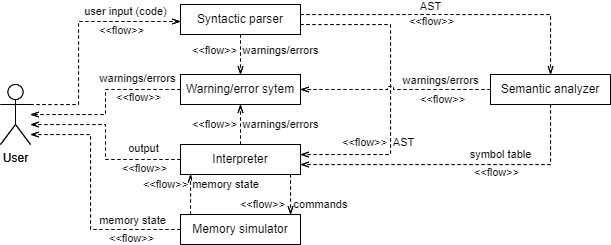
The draw.io diagram doc/architecture.drawio.png in hruboson/memviz, before a commit. Source tidied: cells renumbered, new cells last; positions are measured from the earlier drawing's top-left corner, leaving out a move shared by most shapes.
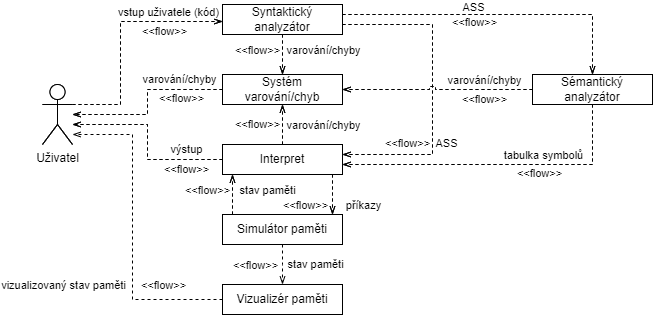
After the change.

Diff of the diagram source:
```diff
@@ -10,7 +10,7 @@
         </Array>
       </mxGeometry>
     </mxCell>
-    <mxCell id="3" value="user input (code)" style="edgeLabel;html=1;align=center;verticalAlign=middle;" parent="2" vertex="1">
+    <mxCell id="3" value="vstup uživatele (kód)" style="edgeLabel;html=1;align=center;verticalAlign=middle;" parent="2" vertex="1">
       <mxGeometry x="0.45" y="2" relative="1" as="geometry">
         <mxPoint x="9" y="-8" as="offset" />
       </mxGeometry>
@@ -20,13 +20,13 @@
         <mxPoint y="12" as="offset" />
       </mxGeometry>
     </mxCell>
-    <mxCell id="5" value="User" style="shape=umlActor;verticalLabelPosition=bottom;verticalAlign=top;html=1;outlineConnect=0;" parent="1" vertex="1">
+    <mxCell id="5" value="Uživatel" style="shape=umlActor;verticalLabelPosition=bottom;verticalAlign=top;html=1;outlineConnect=0;" parent="1" vertex="1">
       <mxGeometry y="80" width="30" height="60" as="geometry" />
     </mxCell>
     <mxCell id="6" style="edgeStyle=orthogonalEdgeStyle;rounded=0;jettySize=auto;html=1;dashed=1;endArrow=openThin;endFill=0;" parent="1" edge="1" source="15" target="24">
       <mxGeometry relative="1" as="geometry" />
     </mxCell>
-    <mxCell id="7" value="warnings/errors" style="edgeLabel;html=1;align=center;verticalAlign=middle;" parent="6" vertex="1">
+    <mxCell id="7" value="varování/chyby" style="edgeLabel;html=1;align=center;verticalAlign=middle;" parent="6" vertex="1">
       <mxGeometry x="-0.25" y="3" relative="1" as="geometry">
         <mxPoint x="37" as="offset" />
       </mxGeometry>
@@ -66,7 +66,7 @@
         <mxPoint x="-26" y="87" as="offset" />
       </mxGeometry>
     </mxCell>
-    <mxCell id="14" value="AST" style="edgeLabel;html=1;align=center;verticalAlign=middle;" parent="12" vertex="1">
+    <mxCell id="14" value="ASS" style="edgeLabel;html=1;align=center;verticalAlign=middle;" parent="12" vertex="1">
       <mxGeometry x="-0.05" relative="1" as="geometry">
         <mxPoint x="13" y="60" as="offset" />
       </mxGeometry>
@@ -84,7 +84,7 @@
         </Array>
       </mxGeometry>
     </mxCell>
-    <mxCell id="18" value="symbol table" style="edgeLabel;html=1;align=center;verticalAlign=middle;" parent="17" vertex="1">
+    <mxCell id="18" value="tabulka symbolů" style="edgeLabel;html=1;align=center;verticalAlign=middle;" parent="17" vertex="1">
       <mxGeometry x="-0.42" y="-4" relative="1" as="geometry">
         <mxPoint x="-20" y="-6" as="offset" />
       </mxGeometry>
@@ -100,7 +100,7 @@
     <mxCell id="21" style="edgeStyle=orthogonalEdgeStyle;rounded=0;jettySize=auto;html=1;dashed=1;endArrow=openThin;endFill=0;" parent="1" edge="1" source="24" target="5">
       <mxGeometry relative="1" as="geometry" />
     </mxCell>
-    <mxCell id="22" value="warnings/errors" style="edgeLabel;html=1;align=center;verticalAlign=middle;" parent="21" vertex="1">
+    <mxCell id="22" value="varování/chyby" style="edgeLabel;html=1;align=center;verticalAlign=middle;" parent="21" vertex="1">
       <mxGeometry x="-0.51" y="-2" relative="1" as="geometry">
         <mxPoint x="-1" y="-9" as="offset" />
       </mxGeometry>
@@ -121,7 +121,7 @@
         </Array>
       </mxGeometry>
     </mxCell>
-    <mxCell id="26" value="output" style="edgeLabel;html=1;align=center;verticalAlign=middle;" parent="25" vertex="1">
+    <mxCell id="26" value="výstup" style="edgeLabel;html=1;align=center;verticalAlign=middle;" parent="25" vertex="1">
       <mxGeometry x="-0.46" y="1" relative="1" as="geometry">
         <mxPoint x="13" y="-12" as="offset" />
       </mxGeometry>
@@ -147,7 +147,7 @@
         <mxPoint x="-29" y="14" as="offset" />
       </mxGeometry>
     </mxCell>
-    <mxCell id="31" value="commands" style="edgeLabel;html=1;align=center;verticalAlign=middle;" parent="29" vertex="1">
+    <mxCell id="31" value="příkazy" style="edgeLabel;html=1;align=center;verticalAlign=middle;" parent="29" vertex="1">
       <mxGeometry x="0.6" relative="1" as="geometry">
         <mxPoint x="30" y="-2" as="offset" />
       </mxGeometry>
@@ -155,24 +155,6 @@
     <mxCell id="32" value="Interpreter" style="rounded=0;whiteSpace=wrap;html=1;" parent="1" vertex="1">
       <mxGeometry x="180" y="140" width="120" height="30" as="geometry" />
     </mxCell>
-    <mxCell id="33" style="edgeStyle=orthogonalEdgeStyle;rounded=0;jettySize=auto;html=1;dashed=1;endArrow=openThin;endFill=0;" parent="1" edge="1" source="39" target="5">
-      <mxGeometry relative="1" as="geometry">
-        <Array as="points">
-          <mxPoint x="90" y="225" />
-          <mxPoint x="90" y="130" />
-        </Array>
-      </mxGeometry>
-    </mxCell>
-    <mxCell id="34" value="&amp;lt;&amp;lt;flow&amp;gt;&amp;gt;" style="edgeLabel;html=1;align=center;verticalAlign=middle;" parent="33" vertex="1">
-      <mxGeometry x="-0.63" y="-2" relative="1" as="geometry">
-        <mxPoint x="-4" y="11" as="offset" />
-      </mxGeometry>
-    </mxCell>
-    <mxCell id="35" value="memory state" style="edgeLabel;html=1;align=center;verticalAlign=middle;" parent="33" vertex="1">
-      <mxGeometry x="-0.62" y="-4" relative="1" as="geometry">
-        <mxPoint x="-2" y="-5" as="offset" />
-      </mxGeometry>
-    </mxCell>
     <mxCell id="36" style="edgeStyle=orthogonalEdgeStyle;rounded=0;jettySize=auto;html=1;dashed=1;endArrow=openThin;endFill=0;" parent="1" edge="1" source="39" target="32">
       <mxGeometry relative="1" as="geometry">
         <Array as="points">
@@ -181,27 +163,22 @@
         </Array>
       </mxGeometry>
     </mxCell>
-    <mxCell id="37" value="memory state" style="edgeLabel;html=1;align=center;verticalAlign=middle;" parent="36" vertex="1">
+    <mxCell id="37" value="stav paměti" style="edgeLabel;html=1;align=center;verticalAlign=middle;" parent="36" vertex="1">
       <mxGeometry x="0.16" relative="1" as="geometry">
-        <mxPoint x="35" y="-7" as="offset" />
+        <mxPoint x="34" y="-2" as="offset" />
       </mxGeometry>
     </mxCell>
-    <mxCell id="38" value="&amp;lt;&amp;lt;flow&amp;gt;&amp;gt;" style="edgeLabel;html=1;align=center;verticalAlign=middle;" parent="36" vertex="1">
-      <mxGeometry relative="1" as="geometry">
-        <mxPoint x="-25" y="-10" as="offset" />
-      </mxGeometry>
-    </mxCell>
     <mxCell id="39" value="Memory simulator" style="rounded=0;whiteSpace=wrap;html=1;" parent="1" vertex="1">
       <mxGeometry x="180" y="210" width="120" height="30" as="geometry" />
     </mxCell>
-    <mxCell id="40" value="warnings/errors" style="edgeLabel;html=1;align=center;verticalAlign=middle;" parent="1" vertex="1">
+    <mxCell id="40" value="varování/chyby" style="edgeLabel;html=1;align=center;verticalAlign=middle;" parent="1" vertex="1">
       <mxGeometry x="280" y="120" as="geometry" />
     </mxCell>
     <mxCell id="41" value="&amp;lt;&amp;lt;flow&amp;gt;&amp;gt;" style="edgeLabel;html=1;align=center;verticalAlign=middle;" parent="1" vertex="1">
       <mxGeometry x="214" y="119.3" as="geometry" />
     </mxCell>
-    <mxCell id="42" value="warnings/errors" style="edgeLabel;html=1;align=center;verticalAlign=middle;" parent="1" vertex="1">
-      <mxGeometry x="440" y="75.5" as="geometry" />
+    <mxCell id="42" value="varování/chyby" style="edgeLabel;html=1;align=center;verticalAlign=middle;" parent="1" vertex="1">
+      <mxGeometry x="441.7" y="75" as="geometry" />
     </mxCell>
     <mxCell id="43" value="&amp;lt;&amp;lt;flow&amp;gt;&amp;gt;" style="edgeLabel;html=1;align=center;verticalAlign=middle;" parent="1" vertex="1">
       <mxGeometry x="441.7" y="94.5" as="geometry" />
@@ -214,27 +191,17 @@
         </Array>
       </mxGeometry>
     </mxCell>
-    <mxCell id="45" value="user input (code)" style="edgeLabel;html=1;align=center;verticalAlign=middle;" parent="44" vertex="1">
-      <mxGeometry x="0.45" y="2" relative="1" as="geometry">
-        <mxPoint x="9" y="-8" as="offset" />
-      </mxGeometry>
-    </mxCell>
     <mxCell id="46" value="&amp;lt;&amp;lt;flow&amp;gt;&amp;gt;" style="edgeLabel;html=1;align=center;verticalAlign=middle;" parent="44" vertex="1">
       <mxGeometry x="0.49" y="3" relative="1" as="geometry">
         <mxPoint y="12" as="offset" />
       </mxGeometry>
     </mxCell>
-    <mxCell id="47" value="User" style="shape=umlActor;verticalLabelPosition=bottom;verticalAlign=top;html=1;outlineConnect=0;" parent="1" vertex="1">
+    <mxCell id="47" style="shape=umlActor;verticalLabelPosition=bottom;verticalAlign=top;html=1;outlineConnect=0;" parent="1" vertex="1">
       <mxGeometry y="80" width="30" height="60" as="geometry" />
     </mxCell>
     <mxCell id="48" style="edgeStyle=orthogonalEdgeStyle;rounded=0;jettySize=auto;html=1;dashed=1;endArrow=openThin;endFill=0;" parent="1" edge="1" source="57" target="66">
       <mxGeometry relative="1" as="geometry" />
     </mxCell>
-    <mxCell id="49" value="warnings/errors" style="edgeLabel;html=1;align=center;verticalAlign=middle;" parent="48" vertex="1">
-      <mxGeometry x="-0.25" y="3" relative="1" as="geometry">
-        <mxPoint x="37" as="offset" />
-      </mxGeometry>
-    </mxCell>
     <mxCell id="50" value="&amp;lt;&amp;lt;flow&amp;gt;&amp;gt;" style="edgeLabel;html=1;align=center;verticalAlign=middle;" parent="48" vertex="1">
       <mxGeometry x="-0.09" relative="1" as="geometry">
         <mxPoint x="-26" y="-3" as="offset" />
@@ -247,7 +214,7 @@
         </Array>
       </mxGeometry>
     </mxCell>
-    <mxCell id="52" value="AST" style="edgeLabel;html=1;align=center;verticalAlign=middle;" parent="51" vertex="1">
+    <mxCell id="52" value="ASS" style="edgeLabel;html=1;align=center;verticalAlign=middle;" parent="51" vertex="1">
       <mxGeometry x="-0.22" y="-4" relative="1" as="geometry">
         <mxPoint x="8" y="-12" as="offset" />
       </mxGeometry>
@@ -270,12 +237,7 @@
         <mxPoint x="-26" y="87" as="offset" />
       </mxGeometry>
     </mxCell>
-    <mxCell id="56" value="AST" style="edgeLabel;html=1;align=center;verticalAlign=middle;" parent="54" vertex="1">
-      <mxGeometry x="-0.05" relative="1" as="geometry">
-        <mxPoint x="13" y="60" as="offset" />
-      </mxGeometry>
-    </mxCell>
-    <mxCell id="57" value="Syntactic parser" style="rounded=0;whiteSpace=wrap;html=1;" parent="1" vertex="1">
+    <mxCell id="57" value="Syntaktický analyzátor" style="rounded=0;whiteSpace=wrap;html=1;" parent="1" vertex="1">
       <mxGeometry x="180" width="120" height="30" as="geometry" />
     </mxCell>
     <mxCell id="58" style="edgeStyle=orthogonalEdgeStyle;rounded=0;jettySize=auto;html=1;dashed=1;endArrow=openThin;endFill=0;jumpStyle=sharp;curved=0;" parent="1" edge="1" source="62" target="66">
@@ -288,33 +250,23 @@
         </Array>
       </mxGeometry>
     </mxCell>
-    <mxCell id="60" value="symbol table" style="edgeLabel;html=1;align=center;verticalAlign=middle;" parent="59" vertex="1">
-      <mxGeometry x="-0.42" y="-4" relative="1" as="geometry">
-        <mxPoint x="-20" y="-6" as="offset" />
-      </mxGeometry>
-    </mxCell>
     <mxCell id="61" value="&amp;lt;&amp;lt;flow&amp;gt;&amp;gt;" style="edgeLabel;html=1;align=center;verticalAlign=middle;" parent="59" vertex="1">
       <mxGeometry x="-0.26" relative="1" as="geometry">
         <mxPoint y="8" as="offset" />
       </mxGeometry>
     </mxCell>
-    <mxCell id="62" value="Semantic analyzer" style="rounded=0;whiteSpace=wrap;html=1;" parent="1" vertex="1">
+    <mxCell id="62" value="Sémantický analyzátor" style="rounded=0;whiteSpace=wrap;html=1;" parent="1" vertex="1">
       <mxGeometry x="490" y="70" width="120" height="30" as="geometry" />
     </mxCell>
     <mxCell id="63" style="edgeStyle=orthogonalEdgeStyle;rounded=0;jettySize=auto;html=1;dashed=1;endArrow=openThin;endFill=0;" parent="1" edge="1" source="66" target="47">
       <mxGeometry relative="1" as="geometry" />
     </mxCell>
-    <mxCell id="64" value="warnings/errors" style="edgeLabel;html=1;align=center;verticalAlign=middle;" parent="63" vertex="1">
-      <mxGeometry x="-0.51" y="-2" relative="1" as="geometry">
-        <mxPoint x="-1" y="-9" as="offset" />
-      </mxGeometry>
-    </mxCell>
     <mxCell id="65" value="&amp;lt;&amp;lt;flow&amp;gt;&amp;gt;" style="edgeLabel;html=1;align=center;verticalAlign=middle;" parent="63" vertex="1">
       <mxGeometry x="-0.59" y="-1" relative="1" as="geometry">
         <mxPoint x="-6" y="9" as="offset" />
       </mxGeometry>
     </mxCell>
-    <mxCell id="66" value="Warning/error sytem" style="rounded=0;whiteSpace=wrap;html=1;" parent="1" vertex="1">
+    <mxCell id="66" value="Systém varování/chyb" style="rounded=0;whiteSpace=wrap;html=1;" parent="1" vertex="1">
       <mxGeometry x="180" y="70" width="120" height="30" as="geometry" />
     </mxCell>
     <mxCell id="67" style="edgeStyle=orthogonalEdgeStyle;rounded=0;jettySize=auto;html=1;dashed=1;endArrow=openThin;endFill=0;" parent="1" edge="1" source="74" target="47">
@@ -325,11 +277,6 @@
         </Array>
       </mxGeometry>
     </mxCell>
-    <mxCell id="68" value="output" style="edgeLabel;html=1;align=center;verticalAlign=middle;" parent="67" vertex="1">
-      <mxGeometry x="-0.46" y="1" relative="1" as="geometry">
-        <mxPoint x="13" y="-12" as="offset" />
-      </mxGeometry>
-    </mxCell>
     <mxCell id="69" value="&amp;lt;&amp;lt;flow&amp;gt;&amp;gt;" style="edgeLabel;html=1;align=center;verticalAlign=middle;" parent="67" vertex="1">
       <mxGeometry x="-0.6" y="-1" relative="1" as="geometry">
         <mxPoint y="10" as="offset" />
@@ -351,32 +298,9 @@
         <mxPoint x="-29" y="14" as="offset" />
       </mxGeometry>
     </mxCell>
-    <mxCell id="73" value="commands" style="edgeLabel;html=1;align=center;verticalAlign=middle;" parent="71" vertex="1">
-      <mxGeometry x="0.6" relative="1" as="geometry">
-        <mxPoint x="30" y="-2" as="offset" />
-      </mxGeometry>
-    </mxCell>
-    <mxCell id="74" value="Interpreter" style="rounded=0;whiteSpace=wrap;html=1;" parent="1" vertex="1">
+    <mxCell id="74" value="Interpret" style="rounded=0;whiteSpace=wrap;html=1;" parent="1" vertex="1">
       <mxGeometry x="180" y="140" width="120" height="30" as="geometry" />
     </mxCell>
-    <mxCell id="75" style="edgeStyle=orthogonalEdgeStyle;rounded=0;jettySize=auto;html=1;dashed=1;endArrow=openThin;endFill=0;" parent="1" edge="1" source="81" target="47">
-      <mxGeometry relative="1" as="geometry">
-        <Array as="points">
-          <mxPoint x="90" y="225" />
-          <mxPoint x="90" y="130" />
-        </Array>
-      </mxGeometry>
-    </mxCell>
-    <mxCell id="76" value="&amp;lt;&amp;lt;flow&amp;gt;&amp;gt;" style="edgeLabel;html=1;align=center;verticalAlign=middle;" parent="75" vertex="1">
-      <mxGeometry x="-0.63" y="-2" relative="1" as="geometry">
-        <mxPoint x="-4" y="11" as="offset" />
-      </mxGeometry>
-    </mxCell>
-    <mxCell id="77" value="memory state" style="edgeLabel;html=1;align=center;verticalAlign=middle;" parent="75" vertex="1">
-      <mxGeometry x="-0.62" y="-4" relative="1" as="geometry">
-        <mxPoint x="-2" y="-5" as="offset" />
-      </mxGeometry>
-    </mxCell>
     <mxCell id="78" style="edgeStyle=orthogonalEdgeStyle;rounded=0;jettySize=auto;html=1;dashed=1;endArrow=openThin;endFill=0;" parent="1" edge="1" source="81" target="74">
       <mxGeometry relative="1" as="geometry">
         <Array as="points">
@@ -385,30 +309,54 @@
         </Array>
       </mxGeometry>
     </mxCell>
-    <mxCell id="79" value="memory state" style="edgeLabel;html=1;align=center;verticalAlign=middle;" parent="78" vertex="1">
-      <mxGeometry x="0.16" relative="1" as="geometry">
-        <mxPoint x="35" y="-7" as="offset" />
-      </mxGeometry>
-    </mxCell>
     <mxCell id="80" value="&amp;lt;&amp;lt;flow&amp;gt;&amp;gt;" style="edgeLabel;html=1;align=center;verticalAlign=middle;" parent="78" vertex="1">
       <mxGeometry relative="1" as="geometry">
-        <mxPoint x="-25" y="-10" as="offset" />
+        <mxPoint x="-26" y="-5" as="offset" />
       </mxGeometry>
     </mxCell>
+    <mxCell id="86" style="edgeStyle=orthogonalEdgeStyle;rounded=0;jettySize=auto;html=1;dashed=1;endArrow=openThin;endFill=0;" parent="1" edge="1" source="81" target="89">
+      <mxGeometry relative="1" as="geometry">
+        <Array as="points">
+          <mxPoint x="240" y="260" />
+          <mxPoint x="240" y="260" />
+        </Array>
+      </mxGeometry>
+    </mxCell>
-    <mxCell id="81" value="Memory simulator" style="rounded=0;whiteSpace=wrap;html=1;" parent="1" vertex="1">
+    <mxCell id="81" value="Simulátor paměti" style="rounded=0;whiteSpace=wrap;html=1;" parent="1" vertex="1">
       <mxGeometry x="180" y="210" width="120" height="30" as="geometry" />
     </mxCell>
-    <mxCell id="82" value="warnings/errors" style="edgeLabel;html=1;align=center;verticalAlign=middle;" parent="1" vertex="1">
-      <mxGeometry x="280" y="120" as="geometry" />
-    </mxCell>
     <mxCell id="83" value="&amp;lt;&amp;lt;flow&amp;gt;&amp;gt;" style="edgeLabel;html=1;align=center;verticalAlign=middle;" parent="1" vertex="1">
       <mxGeometry x="214" y="119.3" as="geometry" />
     </mxCell>
-    <mxCell id="84" value="warnings/errors" style="edgeLabel;html=1;align=center;verticalAlign=middle;" parent="1" vertex="1">
-      <mxGeometry x="440" y="75.5" as="geometry" />
-    </mxCell>
     <mxCell id="85" value="&amp;lt;&amp;lt;flow&amp;gt;&amp;gt;" style="edgeLabel;html=1;align=center;verticalAlign=middle;" parent="1" vertex="1">
       <mxGeometry x="441.7" y="94.5" as="geometry" />
     </mxCell>
+    <mxCell id="87" style="edgeStyle=orthogonalEdgeStyle;rounded=0;jettySize=auto;html=1;dashed=1;endArrow=openThin;endFill=0;" parent="1" edge="1" source="89" target="47">
+      <mxGeometry relative="1" as="geometry">
+        <Array as="points">
+          <mxPoint x="90" y="295" />
+          <mxPoint x="90" y="130" />
+        </Array>
+      </mxGeometry>
+    </mxCell>
+    <mxCell id="88" value="vizualizovaný stav paměti" style="edgeLabel;html=1;align=center;verticalAlign=middle;" parent="87" vertex="1">
+      <mxGeometry x="-0.53" relative="1" as="geometry">
+        <mxPoint x="-86" y="-15" as="offset" />
+      </mxGeometry>
+    </mxCell>
+    <mxCell id="89" value="Vizualizér paměti" style="rounded=0;whiteSpace=wrap;html=1;" parent="1" vertex="1">
+      <mxGeometry x="180" y="280" width="120" height="30" as="geometry" />
+    </mxCell>
+    <mxCell id="90" value="stav paměti" style="edgeLabel;html=1;align=center;verticalAlign=middle;fontStyle=0;" parent="1" vertex="1">
+      <mxGeometry x="272" y="260" as="geometry" />
+    </mxCell>
+    <mxCell id="91" value="&amp;lt;&amp;lt;flow&amp;gt;&amp;gt;" style="edgeLabel;html=1;align=center;verticalAlign=middle;fontStyle=0;" parent="1" vertex="1">
+      <mxGeometry x="212" y="260.3" as="geometry" />
+    </mxCell>
+    <mxCell id="92" value="&amp;lt;&amp;lt;flow&amp;gt;&amp;gt;" style="edgeLabel;html=1;align=center;verticalAlign=middle;fontStyle=0;" parent="1" vertex="1">
+      <mxGeometry x="120" y="307" as="geometry">
+        <mxPoint y="-27" as="offset" />
+      </mxGeometry>
+    </mxCell>
   </root>
 </mxGraphModel>
```
